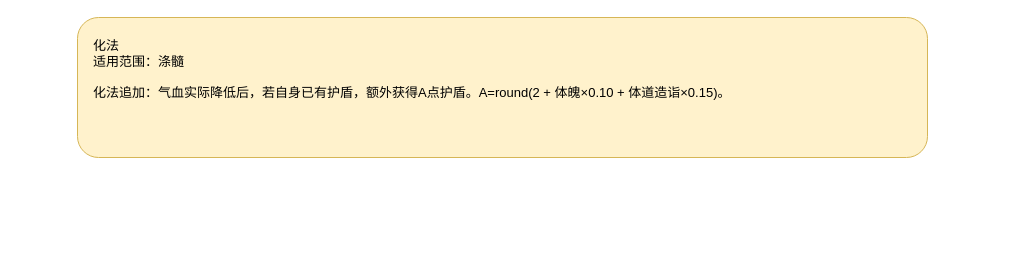
Above: page "涤髓化法" (1 of 2) of docs/卡牌词典/秘籍技能/玉髓回澜养真宝册/化法/涤髓第1卷.drawio in ankundanetracyc-spec/tian-guan-you-du (draw.io), before the change. Source tidied: cells renumbered, new cells numbered last; positions are measured from the earlier drawing's top-left corner, leaving out a move shared by most shapes. Both pictures are drawn from the tidied source at 100%, with x=0, y=0 at pixel (77, 17).
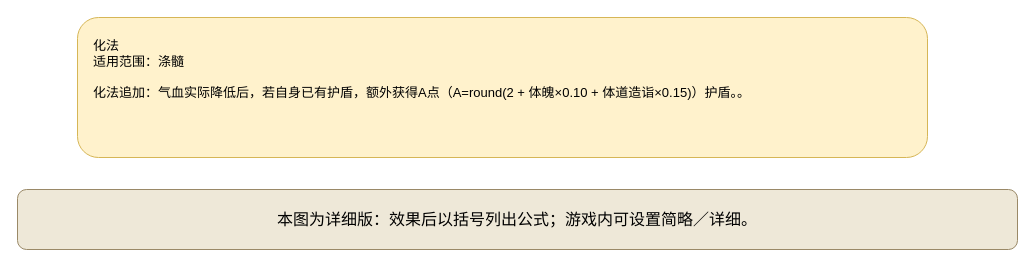
After the change.

Change to the diagram source:
```diff
@@
 <mxGraphModel>
   <root>
     <mxCell id="0" />
     <mxCell id="1" parent="0" />
-    <mxCell id="2" value="&lt;div style=&quot;text-align:left;&quot;&gt;化法&lt;br&gt;适用范围：涤髓&lt;br&gt;&lt;br&gt;化法追加：气血实际降低后，若自身已有护盾，额外获得A点护盾。A=round(2 + 体魄×0.10 + 体道造诣×0.15)。&lt;/div&gt;" style="rounded=1;whiteSpace=wrap;html=1;fillColor=#fff2cc;strokeColor=#d6b656;fontSize=13;align=left;verticalAlign=top;spacing=16;" parent="1" vertex="1">
+    <mxCell id="2" value="化法&#10;适用范围：涤髓&#10;&#10;化法追加：气血实际降低后，若自身已有护盾，额外获得A点（A=round(2 + 体魄×0.10 + 体道造诣×0.15)）护盾。。" style="rounded=1;whiteSpace=wrap;html=1;fillColor=#fff2cc;strokeColor=#d6b656;fontSize=13;align=left;verticalAlign=top;spacing=16;" parent="1" vertex="1">
       <mxGeometry width="850" height="140" as="geometry" />
     </mxCell>
+    <mxCell id="3" value="本图为详细版：效果后以括号列出公式；游戏内可设置简略／详细。" style="rounded=1;whiteSpace=wrap;html=1;fillColor=#eee8d8;strokeColor=#9a8967;fontSize=16;" parent="1" vertex="1">
+      <mxGeometry x="-60" y="172" width="1000" height="60" as="geometry" />
+    </mxCell>
   </root>
 </mxGraphModel>
```
